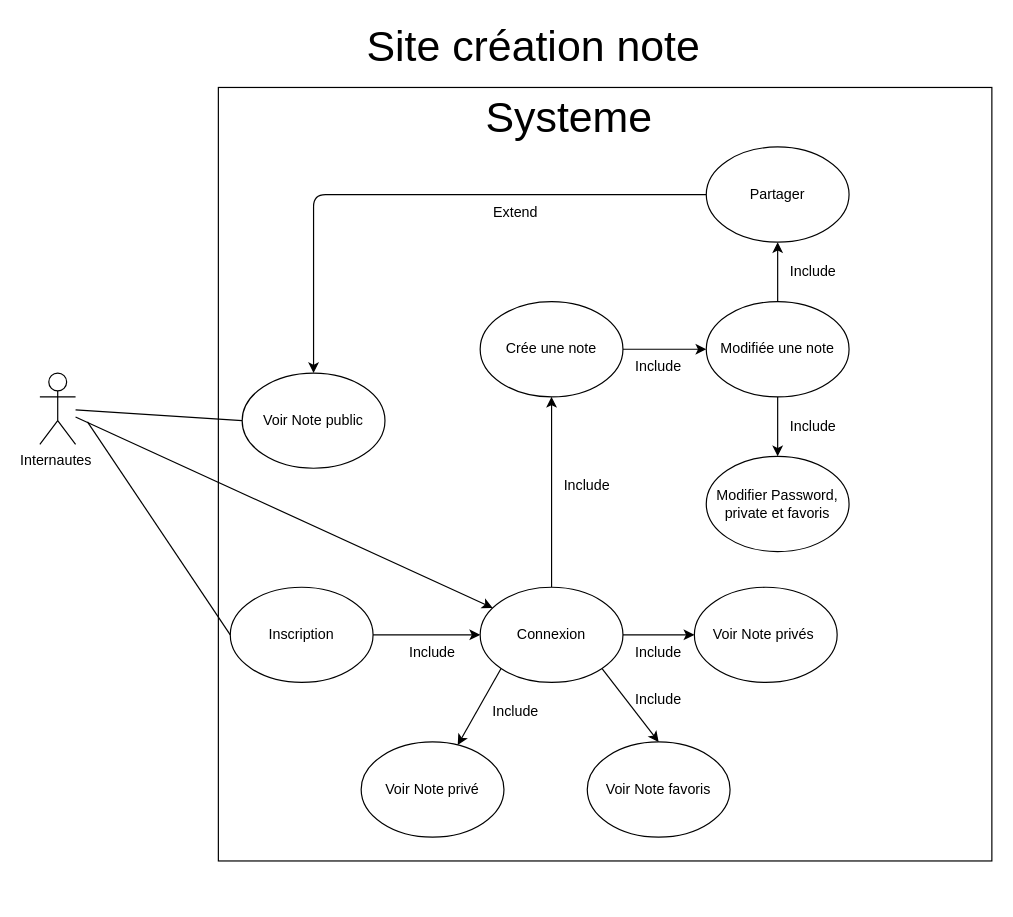
This is docs/uml Use-case.drawio from JulesZYTB/notefy_v2, a draw.io file, before an edit. Source tidied: cells renumbered, new cells numbered last; positions are measured from the earlier drawing's top-left corner, leaving out a move shared by most shapes. Both pictures are drawn from the tidied source at 119%, with x=0, y=0 at pixel (39, 27).
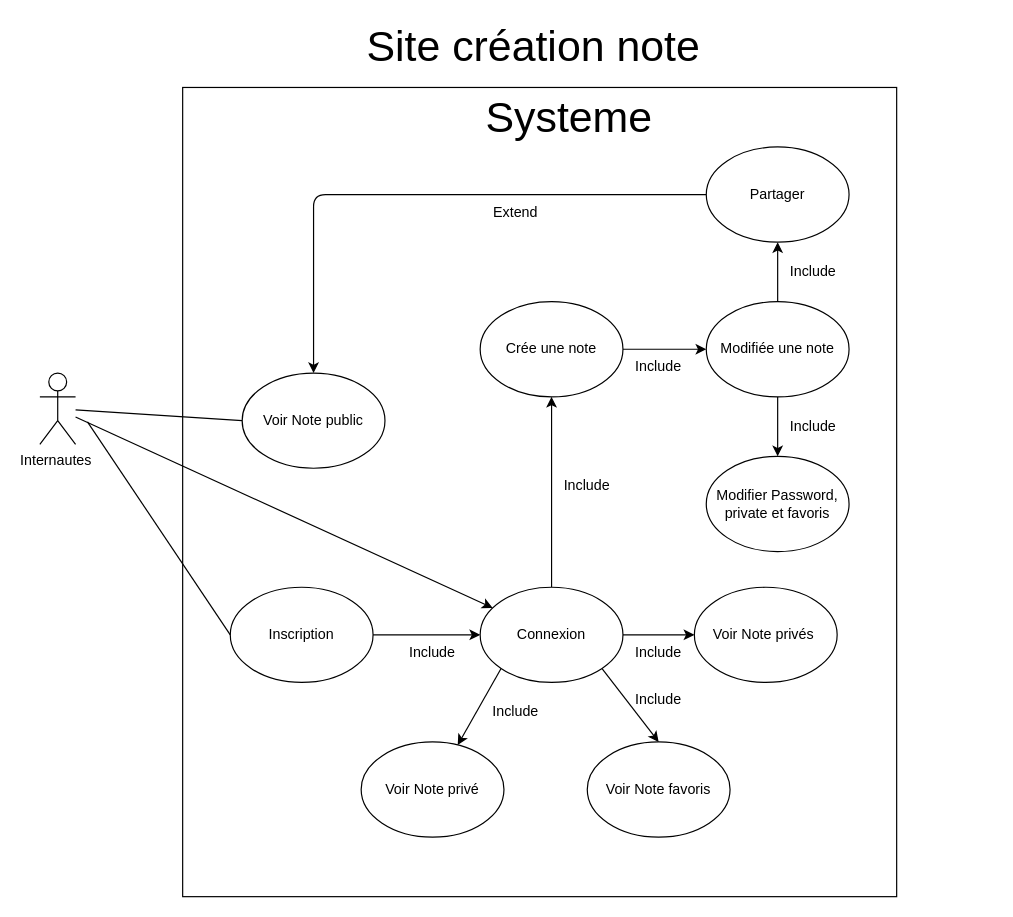
The same page after the edit.

Commit message (it also covers changes not shown here):
Modifictaion des deux UML dans docs

Diff of the diagram source:
```diff
@@
-    <mxCell id="2" style="whiteSpace=wrap;html=1;" parent="1" vertex="1">
-      <mxGeometry x="150" y="50" width="650" height="650" as="geometry" />
-    </mxCell>
+    <mxCell id="37" style="rounded=0;whiteSpace=wrap;html=1;" parent="1" vertex="1">
+      <mxGeometry x="120" y="50" width="600" height="680" as="geometry" />
+    </mxCell>
```
